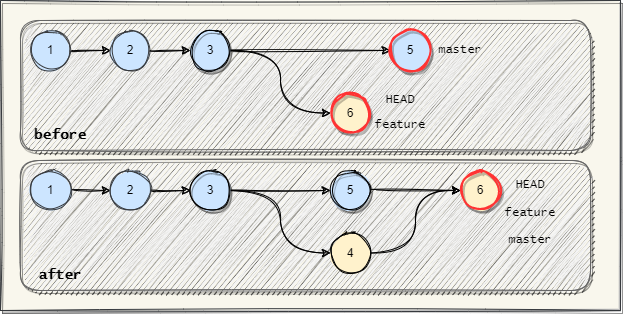
The draw.io diagram Assets/images/git-merge-concept.png in braboj/tutorial-git, before a commit. Source tidied: cells renumbered, new cells last; positions are measured from the earlier drawing's top-left corner, leaving out a move shared by most shapes.
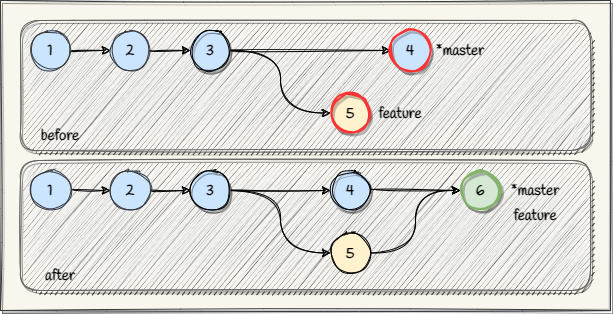
Later version of the same file.

Diff of the diagram source:
```diff
@@ -3,99 +3,93 @@
     <mxCell id="0" />
     <mxCell id="1" parent="0" />
     <mxCell id="2" style="rounded=0;whiteSpace=wrap;html=1;sketch=1;fillStyle=solid;fontFamily=Lucida Console;strokeColor=#36393d;fillColor=#f9f7ed;shadow=1;" parent="1" vertex="1">
-      <mxGeometry width="620" height="310" as="geometry" />
+      <mxGeometry width="610" height="310" as="geometry" />
     </mxCell>
-    <mxCell id="3" style="rounded=1;whiteSpace=wrap;html=1;sketch=1;fillStyle=zigzag;fillColor=#f5f5f5;fontColor=#333333;strokeColor=#666666;shadow=1;" parent="1" vertex="1">
+    <mxCell id="3" style="rounded=1;whiteSpace=wrap;html=1;sketch=1;fillStyle=zigzag;fillColor=#f5f5f5;fontColor=#333333;strokeColor=#666666;shadow=1;fontFamily=Handlee;fontSource=https%3A%2F%2Ffonts.googleapis.com%2Fcss%3Ffamily%3DHandlee;fontSize=15;fontStyle=1;" parent="1" vertex="1">
       <mxGeometry x="20" y="20" width="570" height="130" as="geometry" />
     </mxCell>
-    <mxCell id="4" style="edgeStyle=orthogonalEdgeStyle;rounded=0;jettySize=auto;html=1;entryX=0;entryY=0.5;entryDx=0;entryDy=0;sketch=1;curved=1;" parent="1" edge="1" source="5" target="7">
+    <mxCell id="4" style="edgeStyle=orthogonalEdgeStyle;rounded=0;jettySize=auto;html=1;entryX=0;entryY=0.5;entryDx=0;entryDy=0;sketch=1;curved=1;fontFamily=Handlee;fontSource=https%3A%2F%2Ffonts.googleapis.com%2Fcss%3Ffamily%3DHandlee;fontSize=15;fontStyle=1;" parent="1" edge="1" source="5" target="7">
       <mxGeometry relative="1" as="geometry" />
     </mxCell>
-    <mxCell id="5" value="1" style="ellipse;whiteSpace=wrap;html=1;sketch=1;rounded=0;fillColor=#cce5ff;strokeColor=#36393d;fillStyle=solid;" parent="1" vertex="1">
+    <mxCell id="5" value="1" style="ellipse;whiteSpace=wrap;html=1;sketch=1;rounded=0;fillColor=#cce5ff;strokeColor=#36393d;fillStyle=solid;fontFamily=Handlee;fontSource=https%3A%2F%2Ffonts.googleapis.com%2Fcss%3Ffamily%3DHandlee;fontSize=15;fontStyle=1;" parent="1" vertex="1">
       <mxGeometry x="30" y="30" width="40" height="40" as="geometry" />
     </mxCell>
-    <mxCell id="6" style="edgeStyle=orthogonalEdgeStyle;rounded=0;jettySize=auto;html=1;sketch=1;curved=1;" parent="1" edge="1" source="7" target="10">
+    <mxCell id="6" style="edgeStyle=orthogonalEdgeStyle;rounded=0;jettySize=auto;html=1;sketch=1;curved=1;fontFamily=Handlee;fontSource=https%3A%2F%2Ffonts.googleapis.com%2Fcss%3Ffamily%3DHandlee;fontSize=15;fontStyle=1;" parent="1" edge="1" source="7" target="10">
       <mxGeometry relative="1" as="geometry" />
     </mxCell>
-    <mxCell id="7" value="2" style="ellipse;whiteSpace=wrap;html=1;sketch=1;rounded=0;fillColor=#cce5ff;strokeColor=#36393d;fillStyle=solid;" parent="1" vertex="1">
+    <mxCell id="7" value="2" style="ellipse;whiteSpace=wrap;html=1;sketch=1;rounded=0;fillColor=#cce5ff;strokeColor=#36393d;fillStyle=solid;fontFamily=Handlee;fontSource=https%3A%2F%2Ffonts.googleapis.com%2Fcss%3Ffamily%3DHandlee;fontSize=15;fontStyle=1;" parent="1" vertex="1">
       <mxGeometry x="110" y="30" width="40" height="40" as="geometry" />
     </mxCell>
-    <mxCell id="8" style="edgeStyle=orthogonalEdgeStyle;curved=1;sketch=1;jettySize=auto;html=1;fontFamily=Lucida Console;fontSize=14;" parent="1" edge="1" source="10" target="16">
+    <mxCell id="8" style="edgeStyle=orthogonalEdgeStyle;curved=1;sketch=1;jettySize=auto;html=1;fontFamily=Handlee;fontSize=15;fontSource=https%3A%2F%2Ffonts.googleapis.com%2Fcss%3Ffamily%3DHandlee;fontStyle=1;" parent="1" edge="1" source="10" target="16">
       <mxGeometry relative="1" as="geometry" />
     </mxCell>
-    <mxCell id="9" style="edgeStyle=orthogonalEdgeStyle;curved=1;sketch=1;jettySize=auto;html=1;entryX=0;entryY=0.5;entryDx=0;entryDy=0;fontFamily=Lucida Console;fontSize=14;" parent="1" edge="1" source="10" target="11">
+    <mxCell id="9" style="edgeStyle=orthogonalEdgeStyle;curved=1;sketch=1;jettySize=auto;html=1;entryX=0;entryY=0.5;entryDx=0;entryDy=0;fontFamily=Handlee;fontSize=15;fontSource=https%3A%2F%2Ffonts.googleapis.com%2Fcss%3Ffamily%3DHandlee;fontStyle=1;" parent="1" edge="1" source="10" target="11">
       <mxGeometry relative="1" as="geometry" />
     </mxCell>
-    <mxCell id="10" value="3" style="ellipse;whiteSpace=wrap;html=1;sketch=1;rounded=0;fillColor=#cce5ff;strokeColor=#000000;fillStyle=solid;strokeWidth=1;shadow=1;" parent="1" vertex="1">
+    <mxCell id="10" value="3" style="ellipse;whiteSpace=wrap;html=1;sketch=1;rounded=0;fillColor=#cce5ff;strokeColor=#000000;fillStyle=solid;strokeWidth=1;shadow=1;fontFamily=Handlee;fontSource=https%3A%2F%2Ffonts.googleapis.com%2Fcss%3Ffamily%3DHandlee;fontSize=15;fontStyle=1;" parent="1" vertex="1">
       <mxGeometry x="190" y="30" width="40" height="40" as="geometry" />
     </mxCell>
-    <mxCell id="11" value="6" style="ellipse;whiteSpace=wrap;html=1;sketch=1;rounded=0;fillColor=#fff2cc;strokeColor=#FF3333;fillStyle=solid;strokeWidth=2;shadow=1;" parent="1" vertex="1">
+    <mxCell id="11" value="5" style="ellipse;whiteSpace=wrap;html=1;sketch=1;rounded=0;fillColor=#fff2cc;strokeColor=#FF3333;fillStyle=solid;strokeWidth=2;shadow=1;fontFamily=Handlee;fontSource=https%3A%2F%2Ffonts.googleapis.com%2Fcss%3Ffamily%3DHandlee;fontSize=15;fontStyle=1;" parent="1" vertex="1">
       <mxGeometry x="330" y="92.5" width="40" height="40" as="geometry" />
     </mxCell>
-    <mxCell id="12" value="master" style="text;html=1;strokeColor=none;fillColor=none;align=center;verticalAlign=middle;whiteSpace=wrap;rounded=0;sketch=1;fontFamily=Lucida Console;" parent="1" vertex="1">
+    <mxCell id="12" value="*master" style="text;html=1;strokeColor=none;fillColor=none;align=center;verticalAlign=middle;whiteSpace=wrap;rounded=0;sketch=1;fontFamily=Handlee;fontSource=https%3A%2F%2Ffonts.googleapis.com%2Fcss%3Ffamily%3DHandlee;fontSize=15;fontStyle=1;" parent="1" vertex="1">
       <mxGeometry x="430" y="35" width="60" height="30" as="geometry" />
     </mxCell>
-    <mxCell id="13" value="feature" style="text;html=1;strokeColor=none;fillColor=none;align=center;verticalAlign=middle;whiteSpace=wrap;rounded=0;sketch=1;fontFamily=Lucida Console;" parent="1" vertex="1">
-      <mxGeometry x="370" y="110" width="60" height="30" as="geometry" />
+    <mxCell id="13" value="feature" style="text;html=1;strokeColor=none;fillColor=none;align=center;verticalAlign=middle;whiteSpace=wrap;rounded=0;sketch=1;fontFamily=Handlee;fontSource=https%3A%2F%2Ffonts.googleapis.com%2Fcss%3Ffamily%3DHandlee;fontSize=15;fontStyle=1;" parent="1" vertex="1">
+      <mxGeometry x="370" y="97.5" width="60" height="30" as="geometry" />
     </mxCell>
-    <mxCell id="14" value="HEAD" style="text;html=1;strokeColor=none;fillColor=none;align=center;verticalAlign=middle;whiteSpace=wrap;rounded=0;sketch=1;fontFamily=Lucida Console;" parent="1" vertex="1">
-      <mxGeometry x="370" y="85" width="60" height="30" as="geometry" />
-    </mxCell>
-    <mxCell id="15" value="before" style="text;html=1;strokeColor=none;fillColor=none;align=center;verticalAlign=middle;whiteSpace=wrap;rounded=0;sketch=1;fillStyle=solid;fontFamily=Lucida Console;fontStyle=1;fontSize=14;" parent="1" vertex="1">
+    <mxCell id="15" value="before" style="text;html=1;strokeColor=none;fillColor=none;align=center;verticalAlign=middle;whiteSpace=wrap;rounded=0;sketch=1;fillStyle=solid;fontFamily=Handlee;fontStyle=1;fontSize=15;fontSource=https%3A%2F%2Ffonts.googleapis.com%2Fcss%3Ffamily%3DHandlee;" parent="1" vertex="1">
       <mxGeometry x="30" y="120" width="60" height="30" as="geometry" />
     </mxCell>
-    <mxCell id="16" value="5" style="ellipse;whiteSpace=wrap;html=1;sketch=1;rounded=0;fillColor=#cce5ff;strokeColor=#FF3333;fillStyle=solid;strokeWidth=2;shadow=1;" parent="1" vertex="1">
+    <mxCell id="16" value="4" style="ellipse;whiteSpace=wrap;html=1;sketch=1;rounded=0;fillColor=#cce5ff;strokeColor=#FF3333;fillStyle=solid;strokeWidth=2;shadow=1;fontFamily=Handlee;fontSource=https%3A%2F%2Ffonts.googleapis.com%2Fcss%3Ffamily%3DHandlee;fontSize=15;fontStyle=1;" parent="1" vertex="1">
       <mxGeometry x="390" y="30" width="40" height="40" as="geometry" />
     </mxCell>
-    <mxCell id="17" style="rounded=1;whiteSpace=wrap;html=1;sketch=1;fillStyle=zigzag;fillColor=#f5f5f5;fontColor=#333333;strokeColor=#666666;shadow=1;" parent="1" vertex="1">
+    <mxCell id="17" style="rounded=1;whiteSpace=wrap;html=1;sketch=1;fillStyle=zigzag;fillColor=#f5f5f5;fontColor=#333333;strokeColor=#666666;shadow=1;fontFamily=Handlee;fontSource=https%3A%2F%2Ffonts.googleapis.com%2Fcss%3Ffamily%3DHandlee;fontSize=15;fontStyle=1;" parent="1" vertex="1">
       <mxGeometry x="20" y="160" width="570" height="130" as="geometry" />
     </mxCell>
-    <mxCell id="18" style="edgeStyle=orthogonalEdgeStyle;rounded=0;jettySize=auto;html=1;entryX=0;entryY=0.5;entryDx=0;entryDy=0;sketch=1;curved=1;" parent="1" edge="1" source="19" target="21">
+    <mxCell id="18" style="edgeStyle=orthogonalEdgeStyle;rounded=0;jettySize=auto;html=1;entryX=0;entryY=0.5;entryDx=0;entryDy=0;sketch=1;curved=1;fontFamily=Handlee;fontSource=https%3A%2F%2Ffonts.googleapis.com%2Fcss%3Ffamily%3DHandlee;fontSize=15;fontStyle=1;" parent="1" edge="1" source="19" target="21">
       <mxGeometry relative="1" as="geometry" />
     </mxCell>
-    <mxCell id="19" value="1" style="ellipse;whiteSpace=wrap;html=1;sketch=1;rounded=0;fillColor=#cce5ff;strokeColor=#36393d;fillStyle=solid;" parent="1" vertex="1">
+    <mxCell id="19" value="1" style="ellipse;whiteSpace=wrap;html=1;sketch=1;rounded=0;fillColor=#cce5ff;strokeColor=#36393d;fillStyle=solid;fontFamily=Handlee;fontSource=https%3A%2F%2Ffonts.googleapis.com%2Fcss%3Ffamily%3DHandlee;fontSize=15;fontStyle=1;" parent="1" vertex="1">
       <mxGeometry x="30" y="170" width="40" height="40" as="geometry" />
     </mxCell>
-    <mxCell id="20" style="edgeStyle=orthogonalEdgeStyle;rounded=0;jettySize=auto;html=1;sketch=1;curved=1;" parent="1" edge="1" source="21" target="24">
+    <mxCell id="20" style="edgeStyle=orthogonalEdgeStyle;rounded=0;jettySize=auto;html=1;sketch=1;curved=1;fontFamily=Handlee;fontSource=https%3A%2F%2Ffonts.googleapis.com%2Fcss%3Ffamily%3DHandlee;fontSize=15;fontStyle=1;" parent="1" edge="1" source="21" target="24">
       <mxGeometry relative="1" as="geometry" />
     </mxCell>
-    <mxCell id="21" value="2" style="ellipse;whiteSpace=wrap;html=1;sketch=1;rounded=0;fillColor=#cce5ff;strokeColor=#36393d;fillStyle=solid;" parent="1" vertex="1">
+    <mxCell id="21" value="2" style="ellipse;whiteSpace=wrap;html=1;sketch=1;rounded=0;fillColor=#cce5ff;strokeColor=#36393d;fillStyle=solid;fontFamily=Handlee;fontSource=https%3A%2F%2Ffonts.googleapis.com%2Fcss%3Ffamily%3DHandlee;fontSize=15;fontStyle=1;" parent="1" vertex="1">
       <mxGeometry x="110" y="170" width="40" height="40" as="geometry" />
     </mxCell>
-    <mxCell id="22" style="edgeStyle=orthogonalEdgeStyle;rounded=0;jettySize=auto;html=1;entryX=0;entryY=0.5;entryDx=0;entryDy=0;sketch=1;curved=1;" parent="1" edge="1" source="24" target="25">
+    <mxCell id="22" style="edgeStyle=orthogonalEdgeStyle;rounded=0;jettySize=auto;html=1;entryX=0;entryY=0.5;entryDx=0;entryDy=0;sketch=1;curved=1;fontFamily=Handlee;fontSource=https%3A%2F%2Ffonts.googleapis.com%2Fcss%3Ffamily%3DHandlee;fontSize=15;fontStyle=1;" parent="1" edge="1" source="24" target="25">
       <mxGeometry relative="1" as="geometry" />
     </mxCell>
-    <mxCell id="23" style="edgeStyle=orthogonalEdgeStyle;curved=1;sketch=1;jettySize=auto;html=1;fontFamily=Lucida Console;fontSize=14;" parent="1" edge="1" source="24" target="32">
+    <mxCell id="23" style="edgeStyle=orthogonalEdgeStyle;curved=1;sketch=1;jettySize=auto;html=1;fontFamily=Handlee;fontSize=15;fontSource=https%3A%2F%2Ffonts.googleapis.com%2Fcss%3Ffamily%3DHandlee;fontStyle=1;" parent="1" edge="1" source="24" target="32">
       <mxGeometry relative="1" as="geometry" />
     </mxCell>
-    <mxCell id="24" value="3" style="ellipse;whiteSpace=wrap;html=1;sketch=1;rounded=0;fillColor=#cce5ff;strokeColor=#000000;fillStyle=solid;strokeWidth=1;shadow=1;" parent="1" vertex="1">
+    <mxCell id="24" value="3" style="ellipse;whiteSpace=wrap;html=1;sketch=1;rounded=0;fillColor=#cce5ff;strokeColor=#000000;fillStyle=solid;strokeWidth=1;shadow=1;fontFamily=Handlee;fontSource=https%3A%2F%2Ffonts.googleapis.com%2Fcss%3Ffamily%3DHandlee;fontSize=15;fontStyle=1;" parent="1" vertex="1">
       <mxGeometry x="190" y="170" width="40" height="40" as="geometry" />
     </mxCell>
-    <mxCell id="25" value="4" style="ellipse;whiteSpace=wrap;html=1;sketch=1;rounded=0;fillColor=#fff2cc;strokeColor=#000000;fillStyle=solid;" parent="1" vertex="1">
+    <mxCell id="25" value="5" style="ellipse;whiteSpace=wrap;html=1;sketch=1;rounded=0;fillColor=#fff2cc;strokeColor=#000000;fillStyle=solid;fontFamily=Handlee;fontSource=https%3A%2F%2Ffonts.googleapis.com%2Fcss%3Ffamily%3DHandlee;fontSize=15;fontStyle=1;" parent="1" vertex="1">
       <mxGeometry x="330" y="232.5" width="40" height="40" as="geometry" />
     </mxCell>
-    <mxCell id="26" style="edgeStyle=orthogonalEdgeStyle;sketch=1;jettySize=auto;html=1;fontFamily=Lucida Console;fontSize=14;curved=1;entryX=0;entryY=0.5;entryDx=0;entryDy=0;exitX=1;exitY=0.5;exitDx=0;exitDy=0;" parent="1" edge="1" source="25" target="33">
+    <mxCell id="26" style="edgeStyle=orthogonalEdgeStyle;sketch=1;jettySize=auto;html=1;fontFamily=Handlee;fontSize=15;curved=1;entryX=0;entryY=0.5;entryDx=0;entryDy=0;exitX=1;exitY=0.5;exitDx=0;exitDy=0;fontSource=https%3A%2F%2Ffonts.googleapis.com%2Fcss%3Ffamily%3DHandlee;fontStyle=1;" parent="1" edge="1" source="25" target="33">
       <mxGeometry relative="1" as="geometry" />
     </mxCell>
-    <mxCell id="27" value="master" style="text;html=1;strokeColor=none;fillColor=none;align=center;verticalAlign=middle;whiteSpace=wrap;rounded=0;sketch=1;fontFamily=Lucida Console;" parent="1" vertex="1">
-      <mxGeometry x="500" y="225" width="60" height="30" as="geometry" />
+    <mxCell id="27" value="*master" style="text;html=1;strokeColor=none;fillColor=none;align=center;verticalAlign=middle;whiteSpace=wrap;rounded=0;sketch=1;fontFamily=Handlee;fontSource=https%3A%2F%2Ffonts.googleapis.com%2Fcss%3Ffamily%3DHandlee;fontSize=15;fontStyle=1;" parent="1" vertex="1">
+      <mxGeometry x="505" y="175" width="60" height="30" as="geometry" />
     </mxCell>
-    <mxCell id="28" value="feature" style="text;html=1;strokeColor=none;fillColor=none;align=center;verticalAlign=middle;whiteSpace=wrap;rounded=0;sketch=1;fontFamily=Lucida Console;" parent="1" vertex="1">
-      <mxGeometry x="500" y="197.5" width="60" height="30" as="geometry" />
+    <mxCell id="28" value="feature" style="text;html=1;strokeColor=none;fillColor=none;align=center;verticalAlign=middle;whiteSpace=wrap;rounded=0;sketch=1;fontFamily=Handlee;fontSource=https%3A%2F%2Ffonts.googleapis.com%2Fcss%3Ffamily%3DHandlee;fontSize=15;fontStyle=1;" parent="1" vertex="1">
+      <mxGeometry x="505" y="200" width="60" height="30" as="geometry" />
     </mxCell>
-    <mxCell id="29" value="HEAD" style="text;html=1;strokeColor=none;fillColor=none;align=center;verticalAlign=middle;whiteSpace=wrap;rounded=0;sketch=1;fontFamily=Lucida Console;" parent="1" vertex="1">
-      <mxGeometry x="500" y="170" width="60" height="30" as="geometry" />
-    </mxCell>
-    <mxCell id="30" value="after" style="text;html=1;strokeColor=none;fillColor=none;align=center;verticalAlign=middle;whiteSpace=wrap;rounded=0;sketch=1;fillStyle=solid;fontFamily=Lucida Console;fontStyle=1;fontSize=14;" parent="1" vertex="1">
+    <mxCell id="30" value="after" style="text;html=1;strokeColor=none;fillColor=none;align=center;verticalAlign=middle;whiteSpace=wrap;rounded=0;sketch=1;fillStyle=solid;fontFamily=Handlee;fontStyle=1;fontSize=15;fontSource=https%3A%2F%2Ffonts.googleapis.com%2Fcss%3Ffamily%3DHandlee;" parent="1" vertex="1">
       <mxGeometry x="30" y="260" width="60" height="30" as="geometry" />
     </mxCell>
-    <mxCell id="31" style="edgeStyle=orthogonalEdgeStyle;curved=1;sketch=1;jettySize=auto;html=1;fontFamily=Lucida Console;fontSize=14;" parent="1" edge="1" source="32" target="33">
+    <mxCell id="31" style="edgeStyle=orthogonalEdgeStyle;curved=1;sketch=1;jettySize=auto;html=1;fontFamily=Handlee;fontSize=15;fontSource=https%3A%2F%2Ffonts.googleapis.com%2Fcss%3Ffamily%3DHandlee;fontStyle=1;" parent="1" edge="1" source="32" target="33">
       <mxGeometry relative="1" as="geometry" />
     </mxCell>
-    <mxCell id="32" value="5" style="ellipse;whiteSpace=wrap;html=1;sketch=1;rounded=0;fillColor=#cce5ff;strokeColor=#000000;fillStyle=solid;strokeWidth=1;shadow=1;" parent="1" vertex="1">
+    <mxCell id="32" value="4" style="ellipse;whiteSpace=wrap;html=1;sketch=1;rounded=0;fillColor=#cce5ff;strokeColor=#000000;fillStyle=solid;strokeWidth=1;shadow=1;fontFamily=Handlee;fontSource=https%3A%2F%2Ffonts.googleapis.com%2Fcss%3Ffamily%3DHandlee;fontSize=15;fontStyle=1;" parent="1" vertex="1">
       <mxGeometry x="330" y="170" width="40" height="40" as="geometry" />
     </mxCell>
-    <mxCell id="33" value="6" style="ellipse;whiteSpace=wrap;html=1;sketch=1;rounded=0;fillColor=#fff2cc;strokeColor=#FF3333;fillStyle=solid;strokeWidth=2;shadow=1;" parent="1" vertex="1">
+    <mxCell id="33" value="6" style="ellipse;whiteSpace=wrap;html=1;sketch=1;rounded=0;fillColor=#d5e8d4;strokeColor=#82b366;fillStyle=solid;strokeWidth=2;shadow=1;fontFamily=Handlee;fontSource=https%3A%2F%2Ffonts.googleapis.com%2Fcss%3Ffamily%3DHandlee;fontSize=15;fontStyle=1;" parent="1" vertex="1">
       <mxGeometry x="460" y="170" width="40" height="40" as="geometry" />
     </mxCell>
   </root>
```
